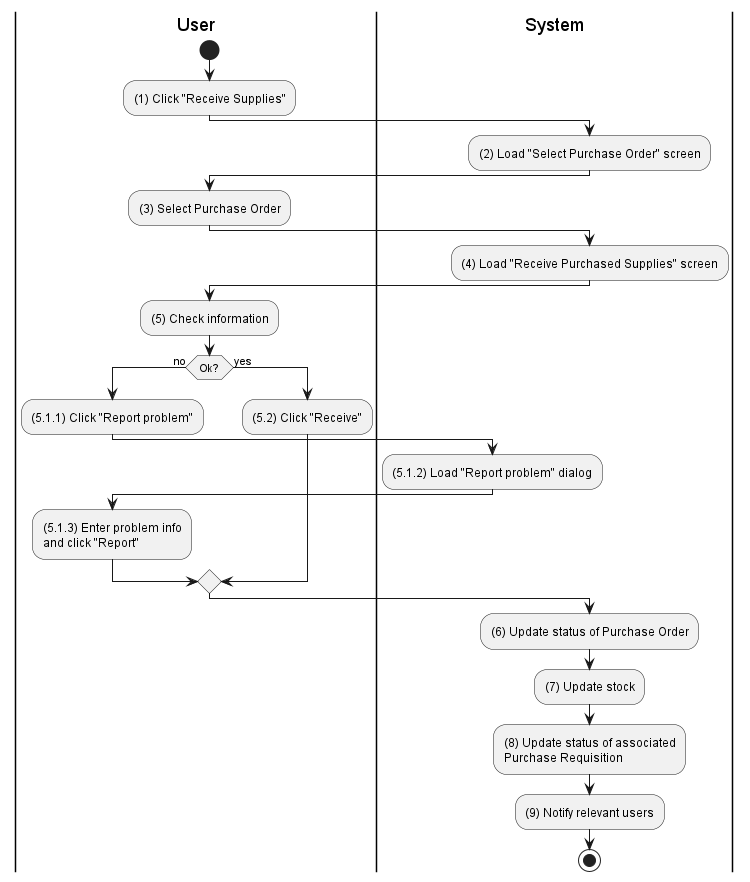
Earlier version of the PlantUML export activities/inventory-supply-receive.png (phihungha/scmss-reqs).
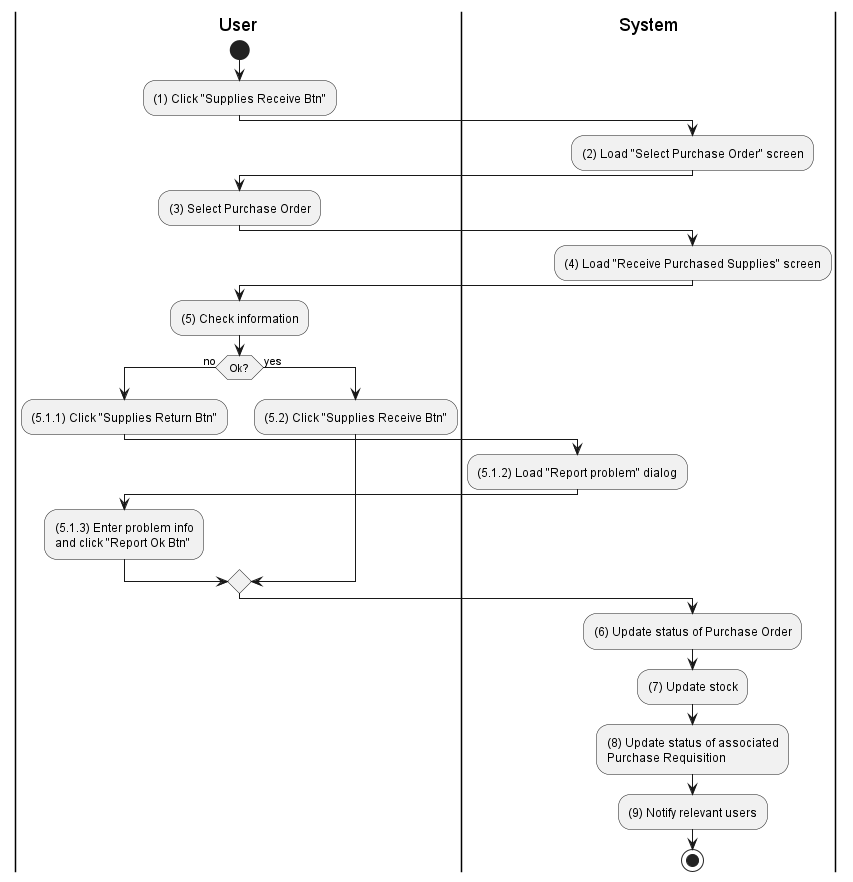
Above is the later version.

What changed in the source:
```diff
@@ -4,7 +4,7 @@
 
 |u|
 start
-:(1) Click "Receive Supplies";
+:(1) Click "Supplies Receive Btn";
 
 |s|
 :(2) Load "Select Purchase Order" screen;
@@ -20,16 +20,16 @@
 
 if (Ok?) then (no)
     |u|
-    :(5.1.1) Click "Report problem";
+    :(5.1.1) Click "Supplies Return Btn";
 
     |s|
     :(5.1.2) Load "Report problem" dialog;
 
     |u|
-    :(5.1.3) Enter problem info\nand click "Report";
+    :(5.1.3) Enter problem info\nand click "Report Ok Btn";
 else (yes)
     |u|
-    :(5.2) Click "Receive";
+    :(5.2) Click "Supplies Receive Btn";
 endif
 
 |s|
```
